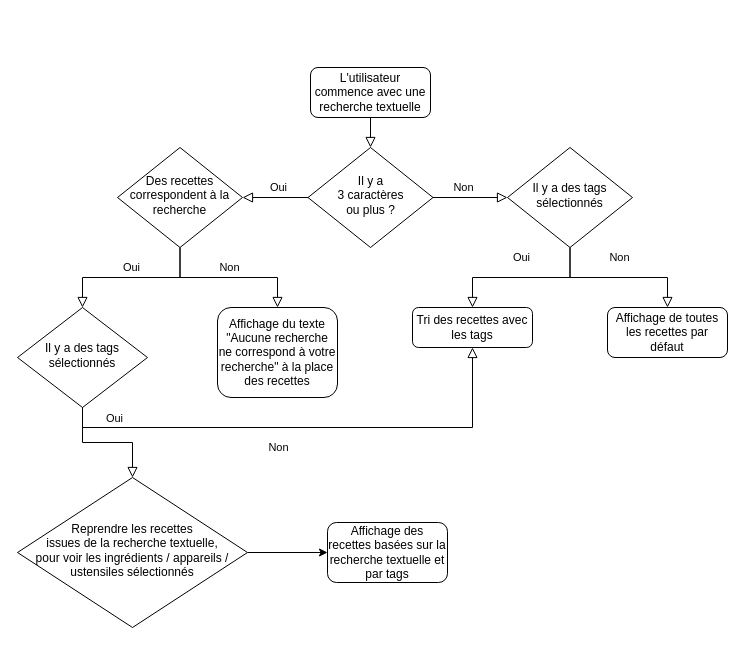
Above: Diagramme sans nom.drawio in deborah-bude/DeborahBude_7_10062022 (draw.io), before the change. Source tidied: cells renumbered, new cells numbered last; positions are measured from the earlier drawing's top-left corner, leaving out a move shared by most shapes. Both pictures are drawn from the tidied source at 100%, with x=0, y=0 at pixel (17, 67).
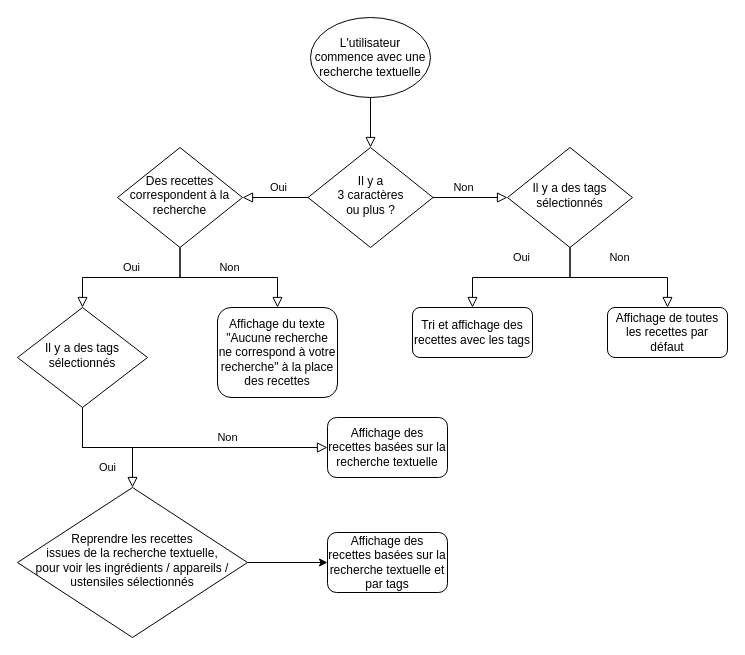
After the change.

Unchanged cells that the change refers to:
```xml
<mxCell id="6" value="Il y a&lt;br&gt;3 caractères&lt;br&gt;ou plus ?" style="rhombus;whiteSpace=wrap;html=1;shadow=0;fontFamily=Helvetica;fontSize=12;align=center;strokeWidth=1;spacing=6;spacingTop=-4;" parent="1" vertex="1">
  <mxGeometry x="290.5" y="80" width="125" height="100" as="geometry" />
</mxCell>
<mxCell id="16" value="Il y a des tags sélectionnés" style="rhombus;whiteSpace=wrap;html=1;shadow=0;fontFamily=Helvetica;fontSize=12;align=center;strokeWidth=1;spacing=6;spacingTop=-4;" parent="1" vertex="1">
  <mxGeometry y="240" width="130" height="100" as="geometry" />
</mxCell>
```

Diff of the diagram source:
```diff
@@
-    <mxCell id="2" style="rounded=0;html=1;jettySize=auto;fontSize=11;endArrow=block;endFill=0;endSize=8;strokeWidth=1;shadow=0;labelBackgroundColor=none;edgeStyle=orthogonalEdgeStyle;" parent="1" edge="1" source="3" target="6">
+    <mxCell id="2" style="rounded=0;html=1;jettySize=auto;fontSize=11;endArrow=block;endFill=0;endSize=8;strokeWidth=1;shadow=0;labelBackgroundColor=none;edgeStyle=orthogonalEdgeStyle;exitX=0.5;exitY=1;exitDx=0;exitDy=0;entryX=0.5;entryY=0;entryDx=0;entryDy=0;" parent="1" edge="1" source="3" target="6">
       <mxGeometry relative="1" as="geometry" />
     </mxCell>
-    <mxCell id="3" value="L'utilisateur commence avec une recherche textuelle" style="rounded=1;whiteSpace=wrap;html=1;fontSize=12;glass=0;strokeWidth=1;shadow=0;" parent="1" vertex="1">
-      <mxGeometry x="293" width="120" height="50" as="geometry" />
-    </mxCell>
@@
-    <mxCell id="7" value="Tri des recettes avec les tags" style="rounded=1;whiteSpace=wrap;html=1;fontSize=12;glass=0;strokeWidth=1;shadow=0;" parent="1" vertex="1">
-      <mxGeometry x="395" y="240" width="120" height="40" as="geometry" />
+    <mxCell id="7" value="Tri et affichage des recettes avec les tags" style="rounded=1;whiteSpace=wrap;html=1;fontSize=12;glass=0;strokeWidth=1;shadow=0;" parent="1" vertex="1">
+      <mxGeometry x="395" y="240" width="120" height="50" as="geometry" />
     </mxCell>
@@
     <mxCell id="17" value="Affichage des recettes basées sur la recherche textuelle et par tags" style="rounded=1;whiteSpace=wrap;html=1;fontSize=12;glass=0;strokeWidth=1;shadow=0;" parent="1" vertex="1">
-      <mxGeometry x="310" y="455" width="120" height="60" as="geometry" />
+      <mxGeometry x="310" y="465" width="120" height="60" as="geometry" />
     </mxCell>
-    <mxCell id="18" value="Non" style="rounded=0;html=1;jettySize=auto;fontSize=11;endArrow=block;endFill=0;endSize=8;strokeWidth=1;shadow=0;labelBackgroundColor=none;edgeStyle=orthogonalEdgeStyle;entryX=0.5;entryY=1;entryDx=0;entryDy=0;exitX=0.5;exitY=1;exitDx=0;exitDy=0;" parent="1" edge="1" source="16" target="7">
-      <mxGeometry x="-0.12" y="-20" relative="1" as="geometry" />
+    <mxCell id="18" value="Non" style="rounded=0;html=1;jettySize=auto;fontSize=11;endArrow=block;endFill=0;endSize=8;strokeWidth=1;shadow=0;labelBackgroundColor=none;edgeStyle=orthogonalEdgeStyle;entryX=0;entryY=0.5;entryDx=0;entryDy=0;exitX=0.5;exitY=1;exitDx=0;exitDy=0;" parent="1" edge="1" source="16" target="22">
+      <mxGeometry x="0.3" y="10" relative="1" as="geometry" />
     </mxCell>
     <mxCell id="19" value="Oui" style="edgeStyle=orthogonalEdgeStyle;rounded=0;html=1;jettySize=auto;fontSize=11;endArrow=block;endFill=0;endSize=8;strokeWidth=1;shadow=0;labelBackgroundColor=none;exitX=0.5;exitY=1;exitDx=0;exitDy=0;entryX=0.5;entryY=0;entryDx=0;entryDy=0;" parent="1" edge="1" source="16" target="21">
-      <mxGeometry x="0.11" y="25" relative="1" as="geometry">
-        <mxPoint y="1" as="offset" />
-      </mxGeometry>
+      <mxGeometry y="-20" relative="1" as="geometry" />
     </mxCell>
@@
     <mxCell id="21" value="Reprendre les recettes&lt;br&gt;issues de la recherche textuelle,&lt;br&gt;pour voir les ingrédients / appareils / ustensiles sélectionnés" style="rhombus;whiteSpace=wrap;html=1;shadow=0;fontFamily=Helvetica;fontSize=12;align=center;strokeWidth=1;spacing=6;spacingTop=-4;" parent="1" vertex="1">
-      <mxGeometry y="410" width="230" height="150" as="geometry" />
+      <mxGeometry y="420" width="230" height="150" as="geometry" />
     </mxCell>
+    <mxCell id="22" value="Affichage des recettes basées sur la recherche textuelle" style="rounded=1;whiteSpace=wrap;html=1;fontSize=12;glass=0;strokeWidth=1;shadow=0;" parent="1" vertex="1">
+      <mxGeometry x="310" y="350" width="120" height="60" as="geometry" />
+    </mxCell>
+    <mxCell id="3" value="L'utilisateur commence avec une recherche textuelle" style="ellipse;whiteSpace=wrap;html=1;" parent="1" vertex="1">
+      <mxGeometry x="293" y="-50" width="120" height="80" as="geometry" />
+    </mxCell>
```
